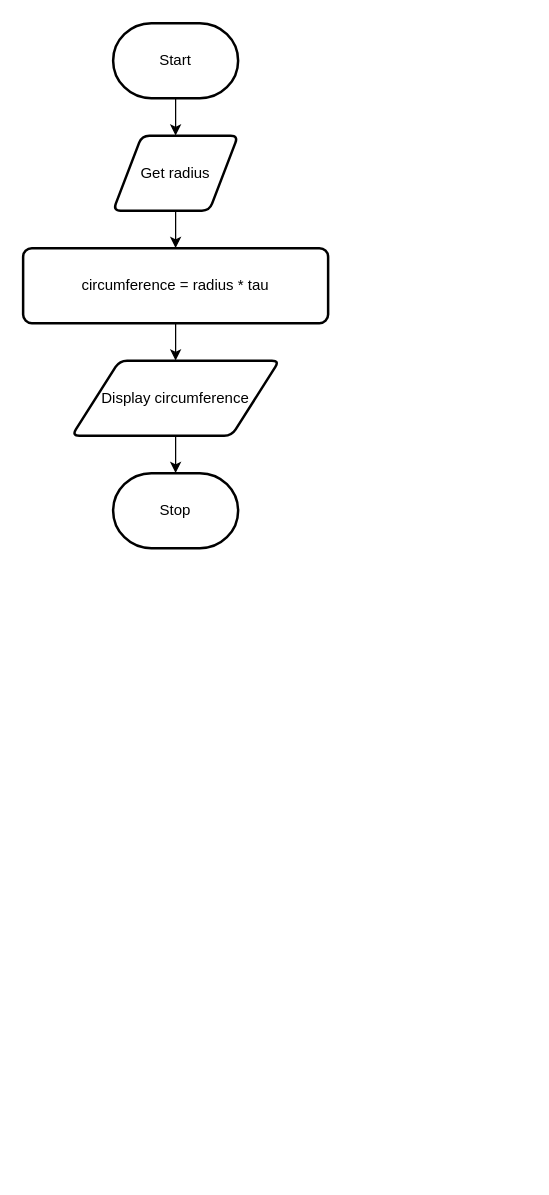
The draw.io diagram page "Flowchart" (2 of 2) of design.drawio in Samuel-Webster-178/ICS3U-Unit4-Unit4-02-Python, before the edit. Source tidied: cells renumbered, new cells numbered last; positions are measured from the earlier drawing's top-left corner, leaving out a move shared by most shapes. Both pictures are drawn from the tidied source at 125%, with x=0, y=0 at pixel (22, 22).
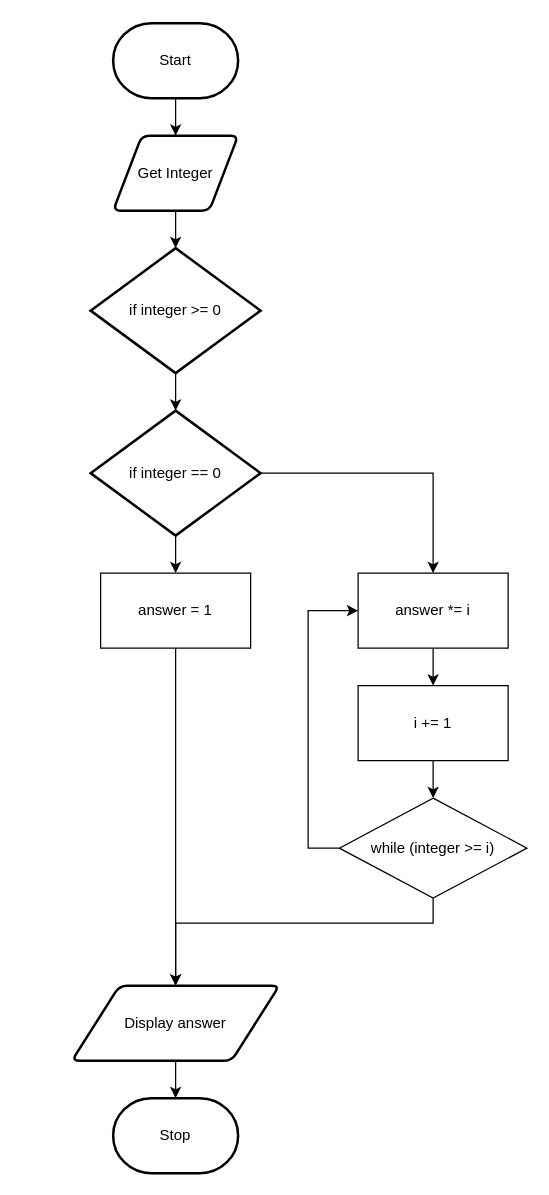
Above is the later version.

Change to the diagram source:
```diff
@@
-    <mxCell id="4" style="edgeStyle=none;html=1;" parent="1" edge="1" source="5" target="7">
-      <mxGeometry relative="1" as="geometry" />
+    <mxCell id="4" style="edgeStyle=none;html=1;" parent="1" edge="1" source="5">
+      <mxGeometry relative="1" as="geometry">
+        <mxPoint x="122" y="180" as="targetPoint" />
+      </mxGeometry>
     </mxCell>
-    <mxCell id="5" value="Get radius" style="shape=parallelogram;html=1;strokeWidth=2;perimeter=parallelogramPerimeter;whiteSpace=wrap;rounded=1;arcSize=12;size=0.23;" parent="1" vertex="1">
+    <mxCell id="5" value="Get Integer" style="shape=parallelogram;html=1;strokeWidth=2;perimeter=parallelogramPerimeter;whiteSpace=wrap;rounded=1;arcSize=12;size=0.23;" parent="1" vertex="1">
       <mxGeometry x="72" y="90" width="100" height="60" as="geometry" />
     </mxCell>
-    <mxCell id="6" style="edgeStyle=none;html=1;" parent="1" edge="1" source="7" target="9">
-      <mxGeometry relative="1" as="geometry" />
-    </mxCell>
-    <mxCell id="7" value="circumference = radius * tau" style="rounded=1;whiteSpace=wrap;html=1;absoluteArcSize=1;arcSize=14;strokeWidth=2;" parent="1" vertex="1">
-      <mxGeometry y="180" width="244" height="60" as="geometry" />
-    </mxCell>
@@
-    <mxCell id="9" value="Display circumference" style="shape=parallelogram;html=1;strokeWidth=2;perimeter=parallelogramPerimeter;whiteSpace=wrap;rounded=1;arcSize=12;size=0.23;" parent="1" vertex="1">
-      <mxGeometry x="39" y="270" width="166" height="60" as="geometry" />
+    <mxCell id="9" value="Display answer" style="shape=parallelogram;html=1;strokeWidth=2;perimeter=parallelogramPerimeter;whiteSpace=wrap;rounded=1;arcSize=12;size=0.23;" parent="1" vertex="1">
+      <mxGeometry x="39" y="770" width="166" height="60" as="geometry" />
     </mxCell>
     <mxCell id="10" value="Stop" style="strokeWidth=2;html=1;shape=mxgraph.flowchart.terminator;whiteSpace=wrap;" parent="1" vertex="1">
-      <mxGeometry x="72" y="360" width="100" height="60" as="geometry" />
+      <mxGeometry x="72" y="860" width="100" height="60" as="geometry" />
     </mxCell>
+    <mxCell id="11" style="edgeStyle=none;html=1;" parent="1" edge="1" source="12" target="15">
+      <mxGeometry relative="1" as="geometry" />
+    </mxCell>
+    <mxCell id="12" value="if integer &amp;gt;= 0" style="strokeWidth=2;html=1;shape=mxgraph.flowchart.decision;whiteSpace=wrap;" parent="1" vertex="1">
+      <mxGeometry x="54" y="180" width="136" height="100" as="geometry" />
+    </mxCell>
+    <mxCell id="13" style="edgeStyle=none;html=1;" parent="1" edge="1" source="15" target="17">
+      <mxGeometry relative="1" as="geometry" />
+    </mxCell>
+    <mxCell id="14" style="edgeStyle=orthogonalEdgeStyle;html=1;entryX=0.5;entryY=0;entryDx=0;entryDy=0;rounded=0;" parent="1" edge="1" source="15" target="19">
+      <mxGeometry relative="1" as="geometry" />
+    </mxCell>
+    <mxCell id="15" value="if integer == 0" style="strokeWidth=2;html=1;shape=mxgraph.flowchart.decision;whiteSpace=wrap;" parent="1" vertex="1">
+      <mxGeometry x="54" y="310" width="136" height="100" as="geometry" />
+    </mxCell>
+    <mxCell id="16" style="edgeStyle=orthogonalEdgeStyle;rounded=0;html=1;" parent="1" edge="1" source="17" target="9">
+      <mxGeometry relative="1" as="geometry" />
+    </mxCell>
+    <mxCell id="17" value="answer = 1" style="rounded=0;whiteSpace=wrap;html=1;" parent="1" vertex="1">
+      <mxGeometry x="62" y="440" width="120" height="60" as="geometry" />
+    </mxCell>
+    <mxCell id="18" style="edgeStyle=orthogonalEdgeStyle;rounded=0;html=1;" parent="1" edge="1" source="19" target="21">
+      <mxGeometry relative="1" as="geometry" />
+    </mxCell>
+    <mxCell id="19" value="answer *= i" style="rounded=0;whiteSpace=wrap;html=1;" parent="1" vertex="1">
+      <mxGeometry x="268" y="440" width="120" height="60" as="geometry" />
+    </mxCell>
+    <mxCell id="20" style="edgeStyle=orthogonalEdgeStyle;rounded=0;html=1;" parent="1" edge="1" source="21" target="24">
+      <mxGeometry relative="1" as="geometry" />
+    </mxCell>
+    <mxCell id="21" value="i += 1" style="rounded=0;whiteSpace=wrap;html=1;" parent="1" vertex="1">
+      <mxGeometry x="268" y="530" width="120" height="60" as="geometry" />
+    </mxCell>
+    <mxCell id="22" style="edgeStyle=orthogonalEdgeStyle;rounded=0;html=1;entryX=0;entryY=0.5;entryDx=0;entryDy=0;" parent="1" edge="1" source="24" target="19">
+      <mxGeometry relative="1" as="geometry">
+        <Array as="points">
+          <mxPoint x="228" y="660" />
+          <mxPoint x="228" y="470" />
+        </Array>
+      </mxGeometry>
+    </mxCell>
+    <mxCell id="23" style="edgeStyle=orthogonalEdgeStyle;rounded=0;html=1;entryX=0.5;entryY=0;entryDx=0;entryDy=0;" parent="1" edge="1" source="24" target="9">
+      <mxGeometry relative="1" as="geometry">
+        <Array as="points">
+          <mxPoint x="328" y="720" />
+          <mxPoint x="122" y="720" />
+        </Array>
+      </mxGeometry>
+    </mxCell>
+    <mxCell id="24" value="while (integer &amp;gt;= i)" style="rhombus;whiteSpace=wrap;html=1;" parent="1" vertex="1">
+      <mxGeometry x="253" y="620" width="150" height="80" as="geometry" />
+    </mxCell>
```
